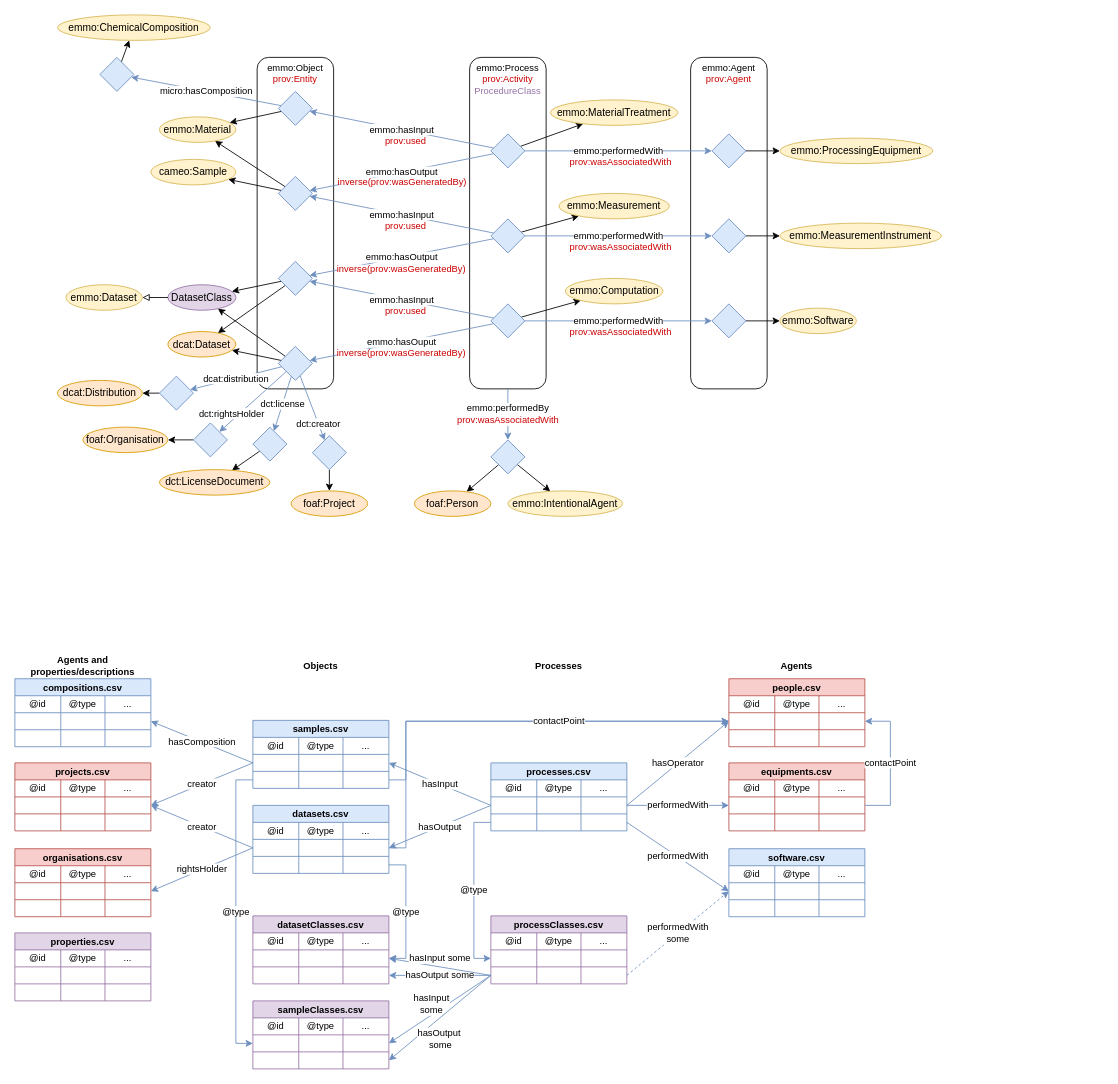
The draw.io diagram page "Documentation-tables" (1 of 2) of tables/figs/linked-data.drawio in SINTEF/physmet-data-documentation-templates, before the edit. Source tidied: cells renumbered, new cells numbered last; positions are measured from the earlier drawing's top-left corner, leaving out a move shared by most shapes. Both pictures are drawn from the tidied source at 85%, with x=0, y=0 at pixel (14, 14).
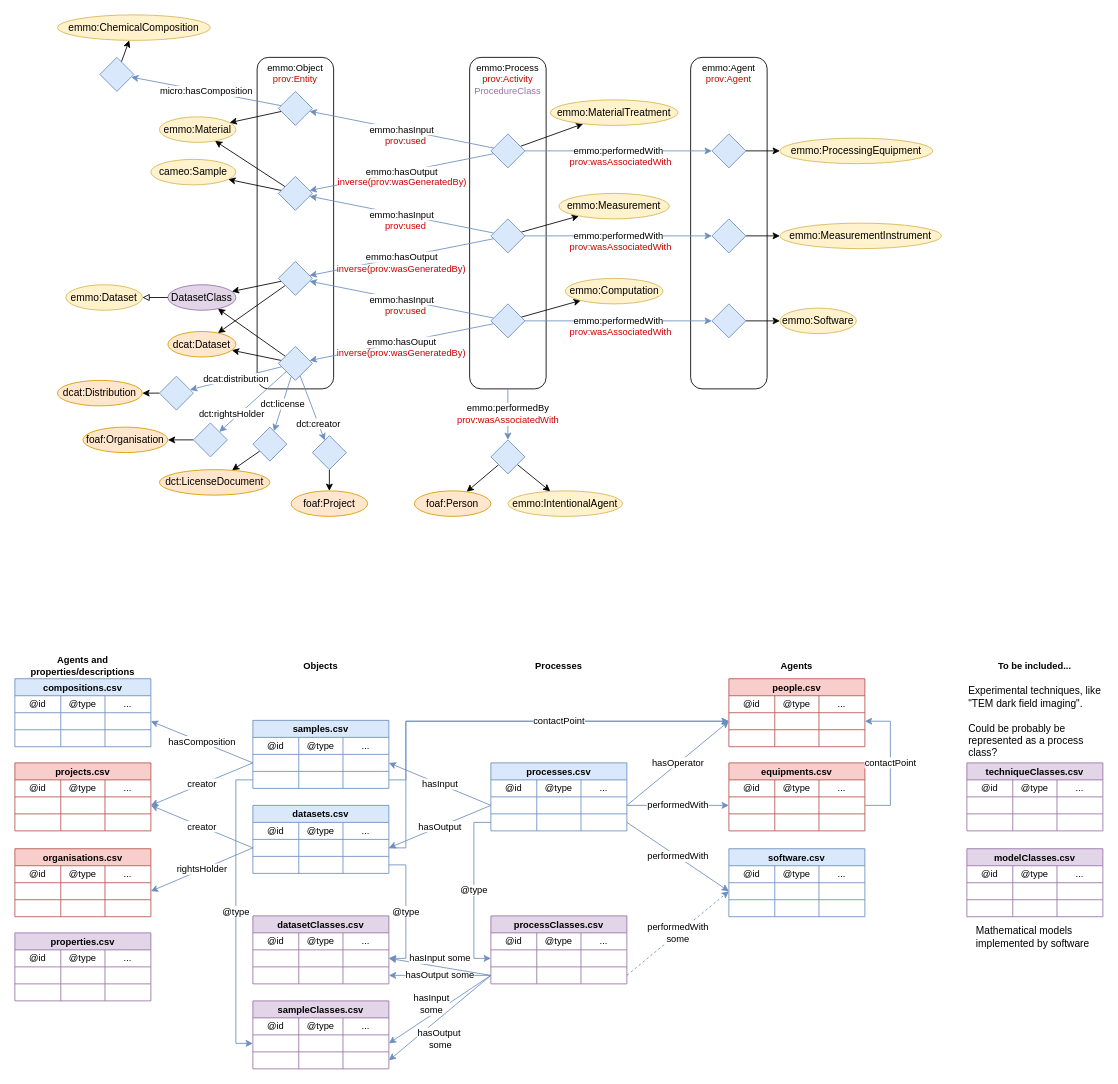
The same diagram, later.

Diff of the diagram source:
```diff
@@
+    <mxCell id="277" value="techniqueClasses.csv" style="shape=table;startSize=20;childLayout=tableLayout;fontStyle=1;align=center;fontFamily=Helvetica;fontSize=11;fillColor=#e1d5e7;strokeColor=#9673a6;" parent="1" vertex="1">
+      <mxGeometry x="1120" y="880" width="160" height="80" as="geometry" />
+    </mxCell>
+    <mxCell id="278" style="shape=tableRow;horizontal=0;startSize=0;swimlaneHead=0;swimlaneBody=0;top=0;left=0;bottom=0;right=0;fillColor=none;fontFamily=Helvetica;fontSize=11;fontColor=#D79B00;" parent="277" vertex="1">
+      <mxGeometry y="20" width="160" height="20" as="geometry" />
+    </mxCell>
+    <mxCell id="279" value="&lt;font color=&quot;#000000&quot;&gt;@id&lt;/font&gt;" style="shape=partialRectangle;html=1;whiteSpace=wrap;fillColor=none;top=0;left=0;bottom=0;right=0;overflow=hidden;fontFamily=Helvetica;fontSize=11;fontColor=#D79B00;" parent="278" vertex="1">
+      <mxGeometry width="54" height="20" as="geometry" />
+    </mxCell>
+    <mxCell id="280" value="&lt;font color=&quot;#000000&quot;&gt;@type&lt;/font&gt;" style="shape=partialRectangle;html=1;whiteSpace=wrap;fillColor=none;top=0;left=0;bottom=0;right=0;overflow=hidden;fontFamily=Helvetica;fontSize=11;fontColor=#D79B00;" parent="278" vertex="1">
+      <mxGeometry x="54" width="52" height="20" as="geometry" />
+    </mxCell>
+    <mxCell id="281" value="&lt;font color=&quot;#000000&quot;&gt;...&lt;/font&gt;" style="shape=partialRectangle;html=1;whiteSpace=wrap;fillColor=none;top=0;left=0;bottom=0;right=0;overflow=hidden;fontFamily=Helvetica;fontSize=11;fontColor=#D79B00;" parent="278" vertex="1">
+      <mxGeometry x="106" width="54" height="20" as="geometry" />
+    </mxCell>
+    <mxCell id="282" style="shape=tableRow;horizontal=0;startSize=0;swimlaneHead=0;swimlaneBody=0;top=0;left=0;bottom=0;right=0;fillColor=none;fontFamily=Helvetica;fontSize=11;fontColor=#D79B00;" parent="277" vertex="1">
+      <mxGeometry y="40" width="160" height="20" as="geometry" />
+    </mxCell>
+    <mxCell id="283" style="shape=partialRectangle;html=1;whiteSpace=wrap;fillColor=none;top=0;left=0;bottom=0;right=0;overflow=hidden;fontFamily=Helvetica;fontSize=11;fontColor=#D79B00;" parent="282" vertex="1">
+      <mxGeometry width="54" height="20" as="geometry" />
+    </mxCell>
+    <mxCell id="284" style="shape=partialRectangle;html=1;whiteSpace=wrap;fillColor=none;top=0;left=0;bottom=0;right=0;overflow=hidden;fontFamily=Helvetica;fontSize=11;fontColor=#D79B00;" parent="282" vertex="1">
+      <mxGeometry x="54" width="52" height="20" as="geometry" />
+    </mxCell>
+    <mxCell id="285" style="shape=partialRectangle;html=1;whiteSpace=wrap;fillColor=none;top=0;left=0;bottom=0;right=0;overflow=hidden;fontFamily=Helvetica;fontSize=11;fontColor=#D79B00;" parent="282" vertex="1">
+      <mxGeometry x="106" width="54" height="20" as="geometry" />
+    </mxCell>
+    <mxCell id="286" style="shape=tableRow;horizontal=0;startSize=0;swimlaneHead=0;swimlaneBody=0;top=0;left=0;bottom=0;right=0;fillColor=none;fontFamily=Helvetica;fontSize=11;fontColor=#D79B00;" parent="277" vertex="1">
+      <mxGeometry y="60" width="160" height="20" as="geometry" />
+    </mxCell>
+    <mxCell id="287" style="shape=partialRectangle;html=1;whiteSpace=wrap;fillColor=none;top=0;left=0;bottom=0;right=0;overflow=hidden;fontFamily=Helvetica;fontSize=11;fontColor=#D79B00;" parent="286" vertex="1">
+      <mxGeometry width="54" height="20" as="geometry" />
+    </mxCell>
+    <mxCell id="288" style="shape=partialRectangle;html=1;whiteSpace=wrap;fillColor=none;top=0;left=0;bottom=0;right=0;overflow=hidden;fontFamily=Helvetica;fontSize=11;fontColor=#D79B00;" parent="286" vertex="1">
+      <mxGeometry x="54" width="52" height="20" as="geometry" />
+    </mxCell>
+    <mxCell id="289" style="shape=partialRectangle;html=1;whiteSpace=wrap;fillColor=none;top=0;left=0;bottom=0;right=0;overflow=hidden;fontFamily=Helvetica;fontSize=11;fontColor=#D79B00;" parent="286" vertex="1">
+      <mxGeometry x="106" width="54" height="20" as="geometry" />
+    </mxCell>
+    <mxCell id="290" value="modelClasses.csv" style="shape=table;startSize=20;childLayout=tableLayout;fontStyle=1;align=center;fontFamily=Helvetica;fontSize=11;fillColor=#e1d5e7;strokeColor=#9673a6;" parent="1" vertex="1">
+      <mxGeometry x="1120" y="981" width="160" height="80" as="geometry" />
+    </mxCell>
+    <mxCell id="291" style="shape=tableRow;horizontal=0;startSize=0;swimlaneHead=0;swimlaneBody=0;top=0;left=0;bottom=0;right=0;fillColor=none;fontFamily=Helvetica;fontSize=11;fontColor=#D79B00;" parent="290" vertex="1">
+      <mxGeometry y="20" width="160" height="20" as="geometry" />
+    </mxCell>
+    <mxCell id="292" value="&lt;font color=&quot;#000000&quot;&gt;@id&lt;/font&gt;" style="shape=partialRectangle;html=1;whiteSpace=wrap;fillColor=none;top=0;left=0;bottom=0;right=0;overflow=hidden;fontFamily=Helvetica;fontSize=11;fontColor=#D79B00;" parent="291" vertex="1">
+      <mxGeometry width="54" height="20" as="geometry" />
+    </mxCell>
+    <mxCell id="293" value="&lt;font color=&quot;#000000&quot;&gt;@type&lt;/font&gt;" style="shape=partialRectangle;html=1;whiteSpace=wrap;fillColor=none;top=0;left=0;bottom=0;right=0;overflow=hidden;fontFamily=Helvetica;fontSize=11;fontColor=#D79B00;" parent="291" vertex="1">
+      <mxGeometry x="54" width="52" height="20" as="geometry" />
+    </mxCell>
+    <mxCell id="294" value="&lt;font color=&quot;#000000&quot;&gt;...&lt;/font&gt;" style="shape=partialRectangle;html=1;whiteSpace=wrap;fillColor=none;top=0;left=0;bottom=0;right=0;overflow=hidden;fontFamily=Helvetica;fontSize=11;fontColor=#D79B00;" parent="291" vertex="1">
+      <mxGeometry x="106" width="54" height="20" as="geometry" />
+    </mxCell>
+    <mxCell id="295" style="shape=tableRow;horizontal=0;startSize=0;swimlaneHead=0;swimlaneBody=0;top=0;left=0;bottom=0;right=0;fillColor=none;fontFamily=Helvetica;fontSize=11;fontColor=#D79B00;" parent="290" vertex="1">
+      <mxGeometry y="40" width="160" height="20" as="geometry" />
+    </mxCell>
+    <mxCell id="296" style="shape=partialRectangle;html=1;whiteSpace=wrap;fillColor=none;top=0;left=0;bottom=0;right=0;overflow=hidden;fontFamily=Helvetica;fontSize=11;fontColor=#D79B00;" parent="295" vertex="1">
+      <mxGeometry width="54" height="20" as="geometry" />
+    </mxCell>
+    <mxCell id="297" style="shape=partialRectangle;html=1;whiteSpace=wrap;fillColor=none;top=0;left=0;bottom=0;right=0;overflow=hidden;fontFamily=Helvetica;fontSize=11;fontColor=#D79B00;" parent="295" vertex="1">
+      <mxGeometry x="54" width="52" height="20" as="geometry" />
+    </mxCell>
+    <mxCell id="298" style="shape=partialRectangle;html=1;whiteSpace=wrap;fillColor=none;top=0;left=0;bottom=0;right=0;overflow=hidden;fontFamily=Helvetica;fontSize=11;fontColor=#D79B00;" parent="295" vertex="1">
+      <mxGeometry x="106" width="54" height="20" as="geometry" />
+    </mxCell>
+    <mxCell id="299" style="shape=tableRow;horizontal=0;startSize=0;swimlaneHead=0;swimlaneBody=0;top=0;left=0;bottom=0;right=0;fillColor=none;fontFamily=Helvetica;fontSize=11;fontColor=#D79B00;" parent="290" vertex="1">
+      <mxGeometry y="60" width="160" height="20" as="geometry" />
+    </mxCell>
+    <mxCell id="300" style="shape=partialRectangle;html=1;whiteSpace=wrap;fillColor=none;top=0;left=0;bottom=0;right=0;overflow=hidden;fontFamily=Helvetica;fontSize=11;fontColor=#D79B00;" parent="299" vertex="1">
+      <mxGeometry width="54" height="20" as="geometry" />
+    </mxCell>
+    <mxCell id="301" style="shape=partialRectangle;html=1;whiteSpace=wrap;fillColor=none;top=0;left=0;bottom=0;right=0;overflow=hidden;fontFamily=Helvetica;fontSize=11;fontColor=#D79B00;" parent="299" vertex="1">
+      <mxGeometry x="54" width="52" height="20" as="geometry" />
+    </mxCell>
+    <mxCell id="302" style="shape=partialRectangle;html=1;whiteSpace=wrap;fillColor=none;top=0;left=0;bottom=0;right=0;overflow=hidden;fontFamily=Helvetica;fontSize=11;fontColor=#D79B00;" parent="299" vertex="1">
+      <mxGeometry x="106" width="54" height="20" as="geometry" />
+    </mxCell>
+    <mxCell id="303" value="Mathematical models implemented by software" style="text;html=1;strokeColor=none;fillColor=none;align=left;verticalAlign=middle;whiteSpace=wrap;rounded=0;" parent="1" vertex="1">
+      <mxGeometry x="1129" y="1070" width="151" height="30" as="geometry" />
+    </mxCell>
+    <mxCell id="304" value="Experimental techniques, like &quot;TEM dark field imaging&quot;.&amp;nbsp;&lt;br&gt;&lt;br&gt;Could be probably be represented as a process class?" style="text;html=1;strokeColor=none;fillColor=none;align=left;verticalAlign=middle;whiteSpace=wrap;rounded=0;" parent="1" vertex="1">
+      <mxGeometry x="1120" y="790" width="160" height="84" as="geometry" />
+    </mxCell>
+    <mxCell id="305" value="&lt;b&gt;To be included...&lt;/b&gt;" style="text;html=1;strokeColor=none;fillColor=none;align=center;verticalAlign=middle;whiteSpace=wrap;rounded=0;fontFamily=Helvetica;fontSize=11;fontColor=#000000;" parent="1" vertex="1">
+      <mxGeometry x="1120" y="751" width="160" height="30" as="geometry" />
+    </mxCell>
```
